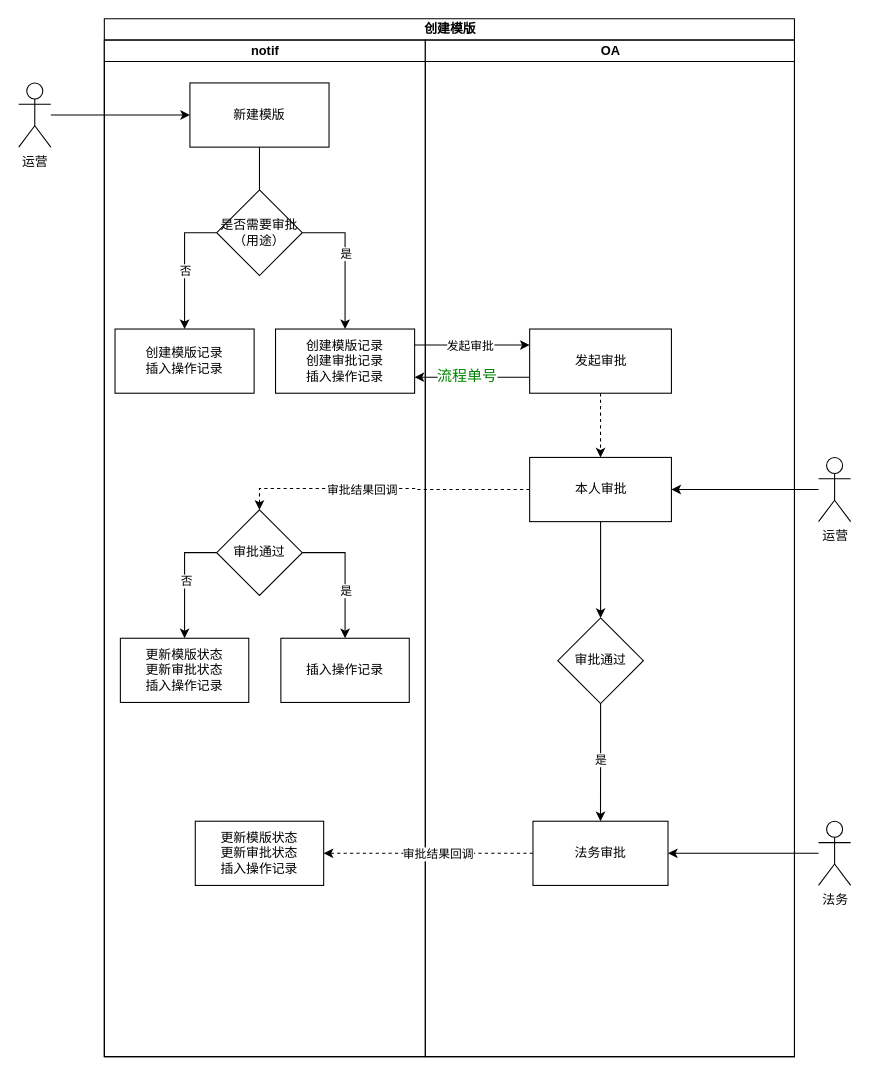
ABIN-DS/flowchart keeps this draw.io diagram as page "创建模版" (1 of 4) of 短信模版接入OA审批流.drawio. Above is the earlier version. Source tidied: cells renumbered, new cells numbered last; positions are measured from the earlier drawing's top-left corner, leaving out a move shared by most shapes. Both pictures are drawn from the tidied source at 107%, with x=0, y=0 at pixel (18, 18).
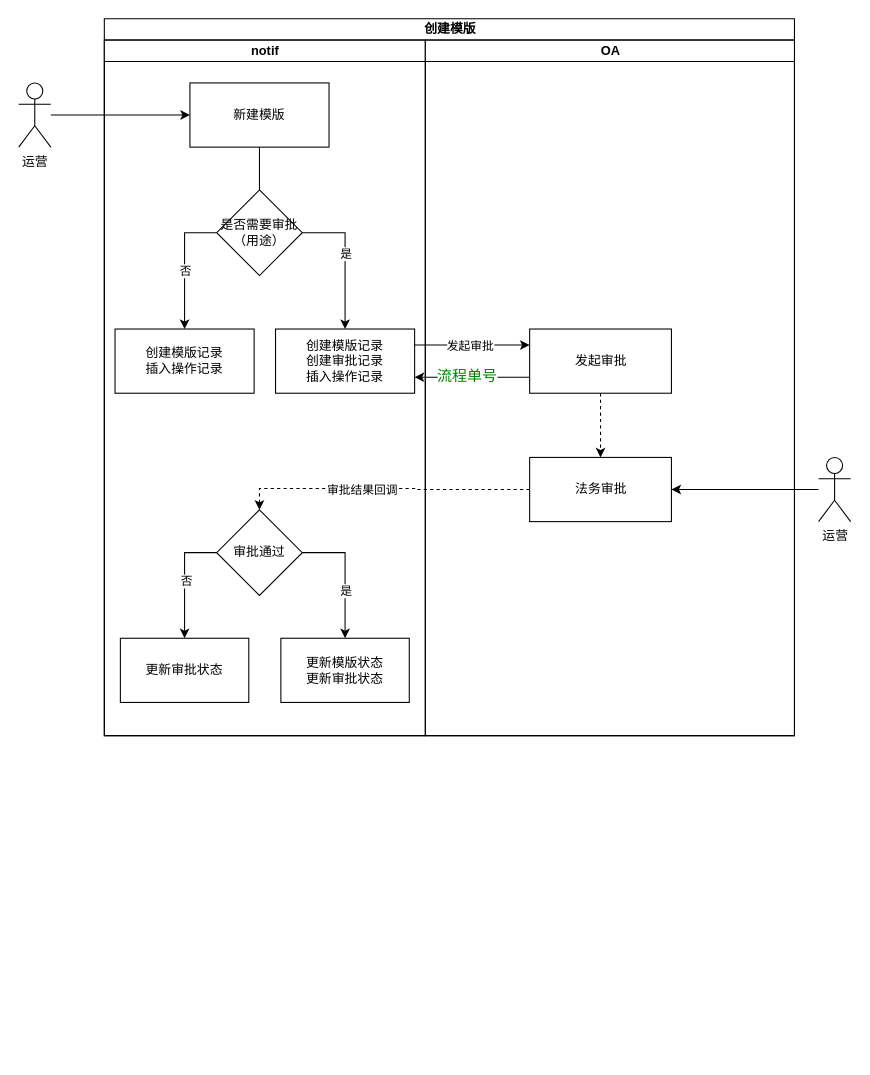
The same diagram, later.

Commit message:
更新短信模版接入OA审批流.drawio

What changed in the source:
```diff
@@
     <mxCell id="2" value="创建模版" style="swimlane;startSize=20;html=1;" parent="1" vertex="1">
-      <mxGeometry x="80" width="645" height="970" as="geometry" />
+      <mxGeometry x="80" width="645" height="670" as="geometry" />
     </mxCell>
     <mxCell id="3" value="notif" style="swimlane;startSize=20;html=1;" parent="2" vertex="1">
-      <mxGeometry y="20" width="300" height="950" as="geometry" />
+      <mxGeometry y="20" width="300" height="650" as="geometry" />
     </mxCell>
@@
-    <mxCell id="7" value="&lt;div&gt;&lt;span style=&quot;background-color: initial;&quot;&gt;插入操作记录&lt;/span&gt;&lt;br&gt;&lt;/div&gt;" style="whiteSpace=wrap;html=1;rounded=0;" parent="3" vertex="1">
+    <mxCell id="7" value="&lt;div&gt;更新模版状态&lt;div&gt;更新审批状态&lt;/div&gt;&lt;/div&gt;" style="whiteSpace=wrap;html=1;rounded=0;" parent="3" vertex="1">
       <mxGeometry x="165" y="559" width="120" height="60" as="geometry" />
     </mxCell>
@@
-    <mxCell id="13" value="更新模版状态&lt;div&gt;更新审批状态&lt;/div&gt;&lt;div&gt;插入操作记录&lt;/div&gt;" style="whiteSpace=wrap;html=1;rounded=0;" parent="3" vertex="1">
+    <mxCell id="13" value="更新审批状态" style="whiteSpace=wrap;html=1;rounded=0;" parent="3" vertex="1">
       <mxGeometry x="15" y="559" width="120" height="60" as="geometry" />
     </mxCell>
-    <mxCell id="14" value="更新模版状态&lt;div&gt;更新审批状态&lt;/div&gt;&lt;div&gt;插入操作记录&lt;/div&gt;" style="whiteSpace=wrap;html=1;rounded=0;" parent="3" vertex="1">
-      <mxGeometry x="85" y="730" width="120" height="60" as="geometry" />
-    </mxCell>
@@
     <mxCell id="23" value="OA" style="swimlane;startSize=20;html=1;" parent="2" vertex="1">
-      <mxGeometry x="300" y="20" width="345" height="950" as="geometry" />
+      <mxGeometry x="300" y="20" width="345" height="650" as="geometry" />
     </mxCell>
@@
-    <mxCell id="26" style="edgeStyle=orthogonalEdgeStyle;rounded=0;jettySize=auto;html=1;" parent="23" edge="1" source="27" target="28">
-      <mxGeometry relative="1" as="geometry" />
-    </mxCell>
-    <mxCell id="27" value="本人审批" style="rounded=0;whiteSpace=wrap;html=1;" parent="23" vertex="1">
+    <mxCell id="27" value="法务审批" style="rounded=0;whiteSpace=wrap;html=1;" parent="23" vertex="1">
       <mxGeometry x="97.5" y="390" width="132.5" height="60" as="geometry" />
     </mxCell>
-    <mxCell id="28" value="审批通过" style="rhombus;whiteSpace=wrap;html=1;rounded=0;" parent="23" vertex="1">
-      <mxGeometry x="123.8" y="540" width="80" height="80" as="geometry" />
-    </mxCell>
-    <mxCell id="29" value="法务审批" style="rounded=0;whiteSpace=wrap;html=1;" parent="23" vertex="1">
-      <mxGeometry x="100.6" y="730" width="126.2" height="60" as="geometry" />
-    </mxCell>
-    <mxCell id="30" style="edgeStyle=orthogonalEdgeStyle;rounded=0;jettySize=auto;html=1;" parent="23" edge="1" source="28" target="29">
-      <mxGeometry relative="1" as="geometry" />
-    </mxCell>
-    <mxCell id="31" value="是" style="edgeLabel;html=1;align=center;verticalAlign=middle;" parent="30" vertex="1">
-      <mxGeometry x="-0.14" y="3" relative="1" as="geometry">
-        <mxPoint x="-3" y="5" as="offset" />
-      </mxGeometry>
-    </mxCell>
@@
-    <mxCell id="36" style="edgeStyle=orthogonalEdgeStyle;rounded=0;jettySize=auto;html=1;entryX=1;entryY=0.5;entryDx=0;entryDy=0;dashed=1;" parent="2" edge="1" source="29" target="14">
-      <mxGeometry relative="1" as="geometry" />
-    </mxCell>
-    <mxCell id="37" value="审批结果回调" style="edgeLabel;html=1;align=center;verticalAlign=middle;" parent="36" vertex="1">
-      <mxGeometry x="-0.08" relative="1" as="geometry">
-        <mxPoint x="1" as="offset" />
-      </mxGeometry>
-    </mxCell>
@@
-    <mxCell id="42" style="edgeStyle=orthogonalEdgeStyle;rounded=0;jettySize=auto;html=1;entryX=1;entryY=0.5;entryDx=0;entryDy=0;" parent="1" edge="1" source="43" target="29">
-      <mxGeometry relative="1" as="geometry" />
-    </mxCell>
-    <mxCell id="43" value="法务" style="shape=umlActor;verticalLabelPosition=bottom;verticalAlign=top;html=1;outlineConnect=0;" parent="1" vertex="1">
-      <mxGeometry x="747.5" y="750" width="30" height="60" as="geometry" />
-    </mxCell>
```
